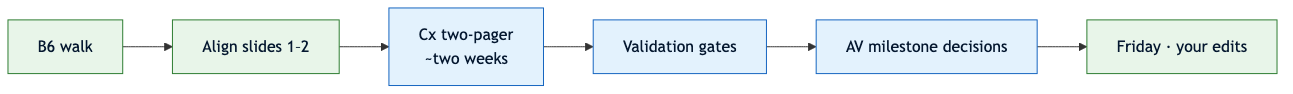
The Mermaid diagram assets/diagrams/a3/slide03-outcomes.png in upscale-ai-network/agent-template, before a commit. Its source is kept beside it as assets/diagrams/a3/slide03-outcomes.mmd.
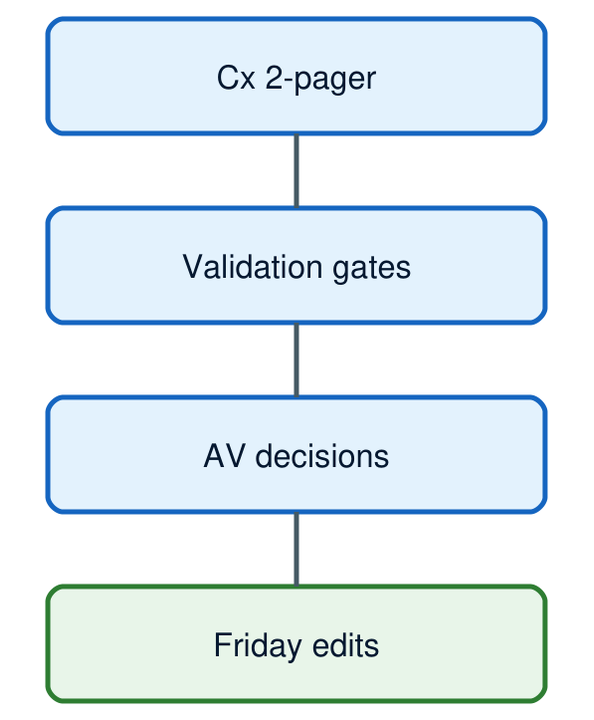
After the commit.

Diff of the diagram source:
```diff
@@ -1,11 +1,7 @@
-flowchart LR
-  B6[B6 walk] --> A12[Align slides 1–2]
-  A12 --> CX[Cx two-pager\n~two weeks]
-  CX --> GATES[Validation gates]
-  GATES --> AV[AV milestone decisions]
-  AV --> FRI[Friday · your edits]
+flowchart TB
+  CX[Cx 2-pager] --> GATES[Validation gates]
+  GATES --> AV[AV decisions]
+  AV --> FRI[Friday edits]
 
-  classDef step fill:#E8F5E9,stroke:#2E7D32,color:#051830
-  classDef doc fill:#E3F2FD,stroke:#1565C0,color:#051830
-  class B6,A12,FRI step
   class CX,GATES,AV doc
+  class FRI step
```
